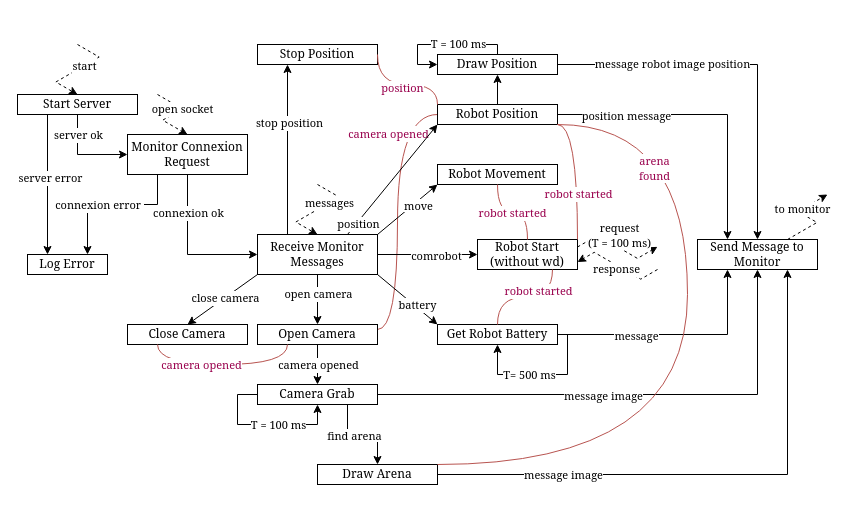
The draw.io diagram page "Page-3" (3 of 3) of Diagrama sem nome.drawio in Ruba008/BE_temps_reel, before the edit. Source tidied: cells renumbered, new cells numbered last; positions are measured from the earlier drawing's top-left corner, leaving out a move shared by most shapes. Both pictures are drawn from the tidied source at 100%, with x=0, y=0 at pixel (17, 44).
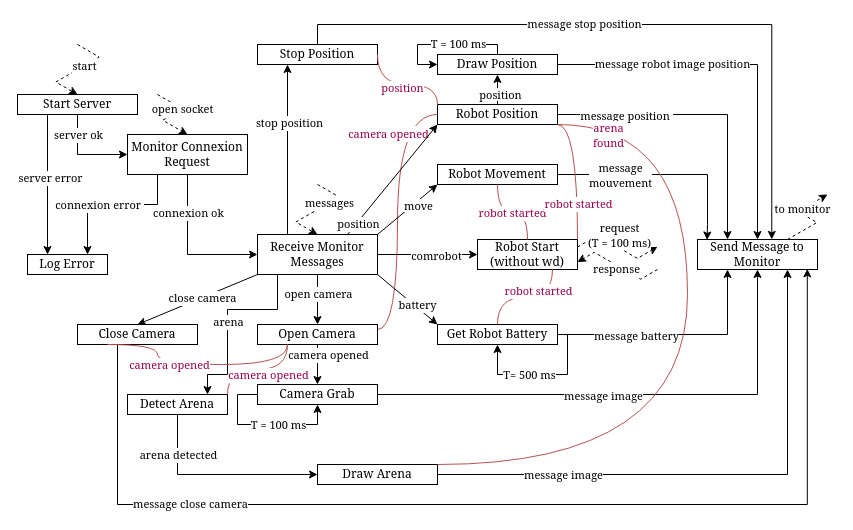
The same diagram, later.

The change refers to these unchanged cells:
```xml
<mxCell id="32" value="&lt;font face=&quot;Georgia&quot;&gt;Receive Monitor Messages&lt;/font&gt;" style="rounded=0;whiteSpace=wrap;html=1;" parent="1" vertex="1">
  <mxGeometry x="240" y="190" width="120" height="40" as="geometry" />
</mxCell>
<mxCell id="36" style="edgeStyle=orthogonalEdgeStyle;rounded=0;jettySize=auto;html=1;entryX=0.5;entryY=0;entryDx=0;entryDy=0;" parent="1" edge="1" source="38" target="60">
  <mxGeometry relative="1" as="geometry" />
</mxCell>
<mxCell id="38" value="&lt;font face=&quot;Georgia&quot;&gt;Open Camera&lt;/font&gt;" style="rounded=0;whiteSpace=wrap;html=1;" parent="1" vertex="1">
  <mxGeometry x="240" y="280" width="120" height="20" as="geometry" />
</mxCell>
<mxCell id="42" value="Robot Movement" style="rounded=0;whiteSpace=wrap;html=1;fontFamily=Georgia;" parent="1" vertex="1">
  <mxGeometry x="420" y="120" width="120" height="20" as="geometry" />
</mxCell>
<mxCell id="49" style="edgeStyle=orthogonalEdgeStyle;rounded=0;jettySize=auto;html=1;entryX=0.25;entryY=1;entryDx=0;entryDy=0;" parent="1" edge="1" source="51" target="63">
  <mxGeometry relative="1" as="geometry" />
</mxCell>
<mxCell id="60" value="&lt;font face=&quot;Georgia&quot;&gt;Camera Grab&lt;/font&gt;" style="rounded=0;whiteSpace=wrap;html=1;" parent="1" vertex="1">
  <mxGeometry x="240" y="340" width="120" height="20" as="geometry" />
</mxCell>
<mxCell id="63" value="&lt;font face=&quot;Georgia&quot;&gt;Send Message to Monitor&lt;/font&gt;" style="rounded=0;whiteSpace=wrap;html=1;" parent="1" vertex="1">
  <mxGeometry x="680" y="195" width="120" height="30" as="geometry" />
</mxCell>
<mxCell id="67" style="edgeStyle=orthogonalEdgeStyle;rounded=0;jettySize=auto;html=1;entryX=0.25;entryY=0;entryDx=0;entryDy=0;" parent="1" edge="1" source="70" target="63">
  <mxGeometry relative="1" as="geometry" />
</mxCell>
<mxCell id="69" style="edgeStyle=orthogonalEdgeStyle;rounded=0;jettySize=auto;html=1;exitX=0.5;exitY=0;exitDx=0;exitDy=0;entryX=0.5;entryY=1;entryDx=0;entryDy=0;" parent="1" edge="1" source="70" target="77">
  <mxGeometry relative="1" as="geometry" />
</mxCell>
<mxCell id="71" style="endArrow=none;html=1;rounded=0;entryX=1;entryY=1;entryDx=0;entryDy=0;exitX=1;exitY=0;exitDx=0;exitDy=0;edgeStyle=orthogonalEdgeStyle;curved=1;fillColor=#f8cecc;strokeColor=#b85450;" parent="1" edge="1" source="41" target="70">
  <mxGeometry relative="1" as="geometry">
    <Array as="points">
      <mxPoint x="560" y="195" />
      <mxPoint x="560" y="80" />
    </Array>
  </mxGeometry>
</mxCell>
<mxCell id="78" value="Stop Position" style="rounded=0;whiteSpace=wrap;html=1;fontFamily=Georgia;" parent="1" vertex="1">
  <mxGeometry x="240" width="120" height="20" as="geometry" />
</mxCell>
<mxCell id="83" value="&lt;font face=&quot;Georgia&quot;&gt;Draw Arena&lt;/font&gt;" style="rounded=0;whiteSpace=wrap;html=1;" parent="1" vertex="1">
  <mxGeometry x="300" y="420" width="120" height="20" as="geometry" />
</mxCell>
<mxCell id="84" style="endArrow=none;html=1;rounded=0;entryX=1;entryY=1;entryDx=0;entryDy=0;exitX=1;exitY=0;exitDx=0;exitDy=0;edgeStyle=orthogonalEdgeStyle;curved=1;strokeColor=#b85450;fillColor=#f8cecc;" parent="1" edge="1" source="83" target="70">
  <mxGeometry relative="1" as="geometry">
    <Array as="points">
      <mxPoint x="670" y="420" />
      <mxPoint x="670" y="80" />
    </Array>
  </mxGeometry>
</mxCell>
```

The edit, as a diff of the source:
```diff
@@
+    <mxCell id="86" style="edgeStyle=orthogonalEdgeStyle;rounded=0;jettySize=auto;html=1;exitX=0.25;exitY=1;exitDx=0;exitDy=0;entryX=0.8;entryY=0.004;entryDx=0;entryDy=0;entryPerimeter=0;" parent="1" edge="1" source="32" target="97">
+      <mxGeometry relative="1" as="geometry">
+        <Array as="points">
+          <mxPoint x="260" y="230" />
+          <mxPoint x="260" y="265" />
+          <mxPoint x="210" y="265" />
+          <mxPoint x="210" y="330" />
+          <mxPoint x="190" y="330" />
+        </Array>
+      </mxGeometry>
+    </mxCell>
+    <mxCell id="87" value="&lt;font face=&quot;Georgia&quot;&gt;arena&lt;/font&gt;" style="edgeLabel;html=1;align=center;verticalAlign=middle;" parent="86" vertex="1">
+      <mxGeometry x="0.07" relative="1" as="geometry" />
+    </mxCell>
@@
     <mxCell id="37" value="&lt;font face=&quot;Georgia&quot;&gt;camera opened&lt;/font&gt;" style="edgeLabel;html=1;align=center;verticalAlign=middle;" parent="36" vertex="1">
       <mxGeometry x="-0.24" relative="1" as="geometry">
-        <mxPoint y="5" as="offset" />
+        <mxPoint x="10" y="-5" as="offset" />
       </mxGeometry>
     </mxCell>
@@
+    <mxCell id="88" style="edgeStyle=orthogonalEdgeStyle;rounded=0;jettySize=auto;html=1;entryX=0.08;entryY=0.016;entryDx=0;entryDy=0;entryPerimeter=0;" parent="1" edge="1" source="42" target="63">
+      <mxGeometry relative="1" as="geometry">
+        <Array as="points">
+          <mxPoint x="690" y="130" />
+          <mxPoint x="690" y="180" />
+          <mxPoint x="690" y="180" />
+        </Array>
+      </mxGeometry>
+    </mxCell>
+    <mxCell id="89" value="&lt;font face=&quot;Georgia&quot;&gt;message&lt;/font&gt;&lt;div&gt;&lt;font face=&quot;Georgia&quot;&gt;mouvement&lt;/font&gt;&lt;/div&gt;" style="edgeLabel;html=1;align=center;verticalAlign=middle;" parent="88" vertex="1">
+      <mxGeometry x="-0.62" relative="1" as="geometry">
+        <mxPoint x="21" as="offset" />
+      </mxGeometry>
+    </mxCell>
@@
-    <mxCell id="50" value="message" style="edgeLabel;html=1;align=center;verticalAlign=middle;fontFamily=Georgia;" parent="49" vertex="1">
+    <mxCell id="50" value="message battery" style="edgeLabel;html=1;align=center;verticalAlign=middle;fontFamily=Georgia;" parent="49" vertex="1">
       <mxGeometry x="-0.34" relative="1" as="geometry" />
     </mxCell>
@@
-    <mxCell id="58" style="edgeStyle=orthogonalEdgeStyle;rounded=0;jettySize=auto;html=1;exitX=0.75;exitY=1;exitDx=0;exitDy=0;entryX=0.5;entryY=0;entryDx=0;entryDy=0;" parent="1" edge="1" source="60" target="83">
-      <mxGeometry relative="1" as="geometry" />
-    </mxCell>
-    <mxCell id="59" value="find arena" style="edgeLabel;html=1;align=center;verticalAlign=middle;fontFamily=Georgia;" parent="58" vertex="1">
-      <mxGeometry x="-0.2" relative="1" as="geometry" />
-    </mxCell>
@@
+    <mxCell id="90" style="edgeStyle=orthogonalEdgeStyle;rounded=0;jettySize=auto;html=1;exitX=0.25;exitY=1;exitDx=0;exitDy=0;entryX=0.915;entryY=0.978;entryDx=0;entryDy=0;entryPerimeter=0;" parent="1" edge="1" source="64" target="63">
+      <mxGeometry relative="1" as="geometry">
+        <Array as="points">
+          <mxPoint x="100" y="300" />
+          <mxPoint x="100" y="460" />
+          <mxPoint x="790" y="460" />
+        </Array>
+      </mxGeometry>
+    </mxCell>
+    <mxCell id="91" value="&lt;font face=&quot;Georgia&quot;&gt;message close camera&lt;/font&gt;" style="edgeLabel;html=1;align=center;verticalAlign=middle;" parent="90" vertex="1">
+      <mxGeometry x="-0.61" y="1" relative="1" as="geometry">
+        <mxPoint x="28" as="offset" />
+      </mxGeometry>
+    </mxCell>
     <mxCell id="64" value="&lt;font face=&quot;Georgia&quot;&gt;Close Camera&lt;/font&gt;" style="rounded=0;whiteSpace=wrap;html=1;" parent="1" vertex="1">
-      <mxGeometry x="110" y="280" width="120" height="20" as="geometry" />
+      <mxGeometry x="60" y="280" width="120" height="20" as="geometry" />
     </mxCell>
@@
-    <mxCell id="68" value="position message" style="edgeLabel;html=1;align=center;verticalAlign=middle;fontFamily=Georgia;" parent="67" vertex="1">
+    <mxCell id="68" value="message position&amp;nbsp;" style="edgeLabel;html=1;align=center;verticalAlign=middle;fontFamily=Georgia;" parent="67" vertex="1">
       <mxGeometry x="-0.54" relative="1" as="geometry" />
     </mxCell>
@@
+    <mxCell id="92" value="position" style="edgeLabel;html=1;align=center;verticalAlign=middle;fontFamily=Georgia;" parent="69" vertex="1">
+      <mxGeometry x="-0.28" y="-2" relative="1" as="geometry" />
+    </mxCell>
@@
     <mxCell id="72" value="&lt;font face=&quot;Georgia&quot;&gt;robot started&lt;/font&gt;" style="edgeLabel;html=1;align=center;verticalAlign=middle;fontColor=#99004D;" parent="71" vertex="1">
       <mxGeometry x="-0.22" y="1" relative="1" as="geometry">
-        <mxPoint x="1" y="7" as="offset" />
+        <mxPoint x="1" y="17" as="offset" />
       </mxGeometry>
     </mxCell>
@@
+    <mxCell id="93" style="edgeStyle=orthogonalEdgeStyle;rounded=0;jettySize=auto;html=1;entryX=0.619;entryY=-0.004;entryDx=0;entryDy=0;entryPerimeter=0;" parent="1" edge="1" source="78" target="63">
+      <mxGeometry relative="1" as="geometry">
+        <Array as="points">
+          <mxPoint x="300" y="-20" />
+          <mxPoint x="754" y="-20" />
+        </Array>
+      </mxGeometry>
+    </mxCell>
+    <mxCell id="94" value="&lt;font face=&quot;Georgia&quot;&gt;message stop position&lt;/font&gt;" style="edgeLabel;html=1;align=center;verticalAlign=middle;" parent="93" vertex="1">
+      <mxGeometry x="-0.17" y="1" relative="1" as="geometry" />
+    </mxCell>
@@
     <mxCell id="85" value="&lt;font face=&quot;Georgia&quot;&gt;arena&lt;/font&gt;&lt;div&gt;&lt;font face=&quot;Georgia&quot;&gt;found&lt;/font&gt;&lt;/div&gt;" style="edgeLabel;html=1;align=center;verticalAlign=middle;fontColor=#99004D;" parent="84" vertex="1">
-      <mxGeometry x="0.52" y="34" relative="1" as="geometry" />
+      <mxGeometry x="0.52" y="34" relative="1" as="geometry">
+        <mxPoint x="-46" y="-33" as="offset" />
+      </mxGeometry>
     </mxCell>
+    <mxCell id="95" style="edgeStyle=orthogonalEdgeStyle;rounded=0;jettySize=auto;html=1;exitX=0.5;exitY=1;exitDx=0;exitDy=0;entryX=0;entryY=0.5;entryDx=0;entryDy=0;" parent="1" edge="1" source="97" target="83">
+      <mxGeometry relative="1" as="geometry" />
+    </mxCell>
+    <mxCell id="96" value="&lt;font face=&quot;Georgia&quot;&gt;arena detected&lt;/font&gt;" style="edgeLabel;html=1;align=center;verticalAlign=middle;" parent="95" vertex="1">
+      <mxGeometry x="-0.52" y="1" relative="1" as="geometry">
+        <mxPoint x="-1" y="-8" as="offset" />
+      </mxGeometry>
+    </mxCell>
+    <mxCell id="97" value="&lt;font face=&quot;Georgia&quot;&gt;Detect Arena&lt;/font&gt;" style="rounded=0;whiteSpace=wrap;html=1;" parent="1" vertex="1">
+      <mxGeometry x="110" y="350" width="100" height="20" as="geometry" />
+    </mxCell>
+    <mxCell id="98" style="endArrow=none;html=1;rounded=0;entryX=0.25;entryY=1;entryDx=0;entryDy=0;exitX=1;exitY=0;exitDx=0;exitDy=0;edgeStyle=orthogonalEdgeStyle;curved=1;fillColor=#f8cecc;strokeColor=#b85450;" parent="1" edge="1" source="97" target="38">
+      <mxGeometry relative="1" as="geometry" />
+    </mxCell>
+    <mxCell id="99" value="&lt;font face=&quot;Georgia&quot; style=&quot;color: rgb(153, 0, 77);&quot;&gt;camera opened&lt;/font&gt;" style="edgeLabel;html=1;align=center;verticalAlign=middle;" parent="98" vertex="1">
+      <mxGeometry x="-0.36" y="-7" relative="1" as="geometry">
+        <mxPoint x="30" y="-2" as="offset" />
+      </mxGeometry>
+    </mxCell>
```
